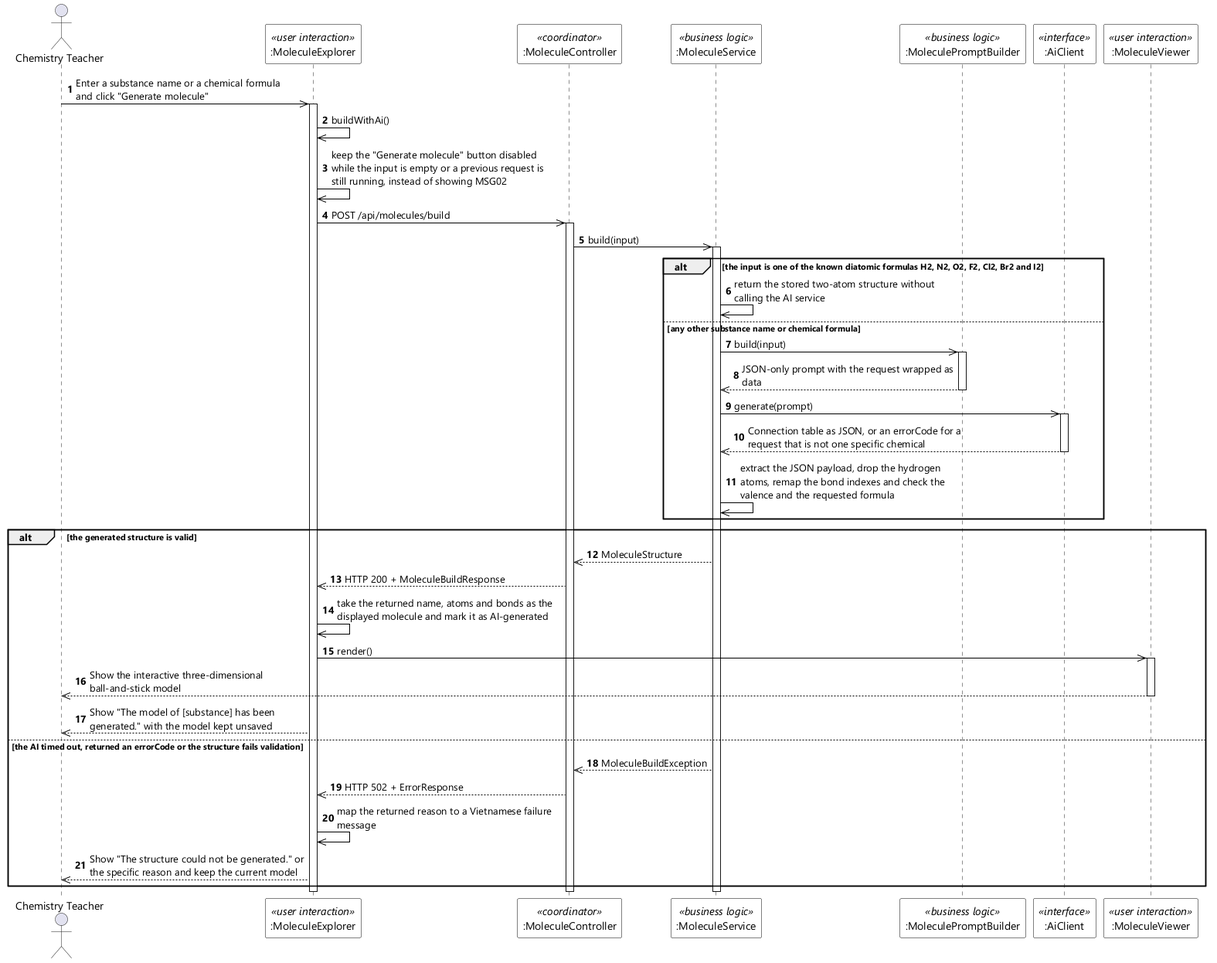
Above: designs/sds-diagrams/uc60/uc60-sequence-diagram-stereo.png in EduA-system/EduA-system (PlantUML), before the change.
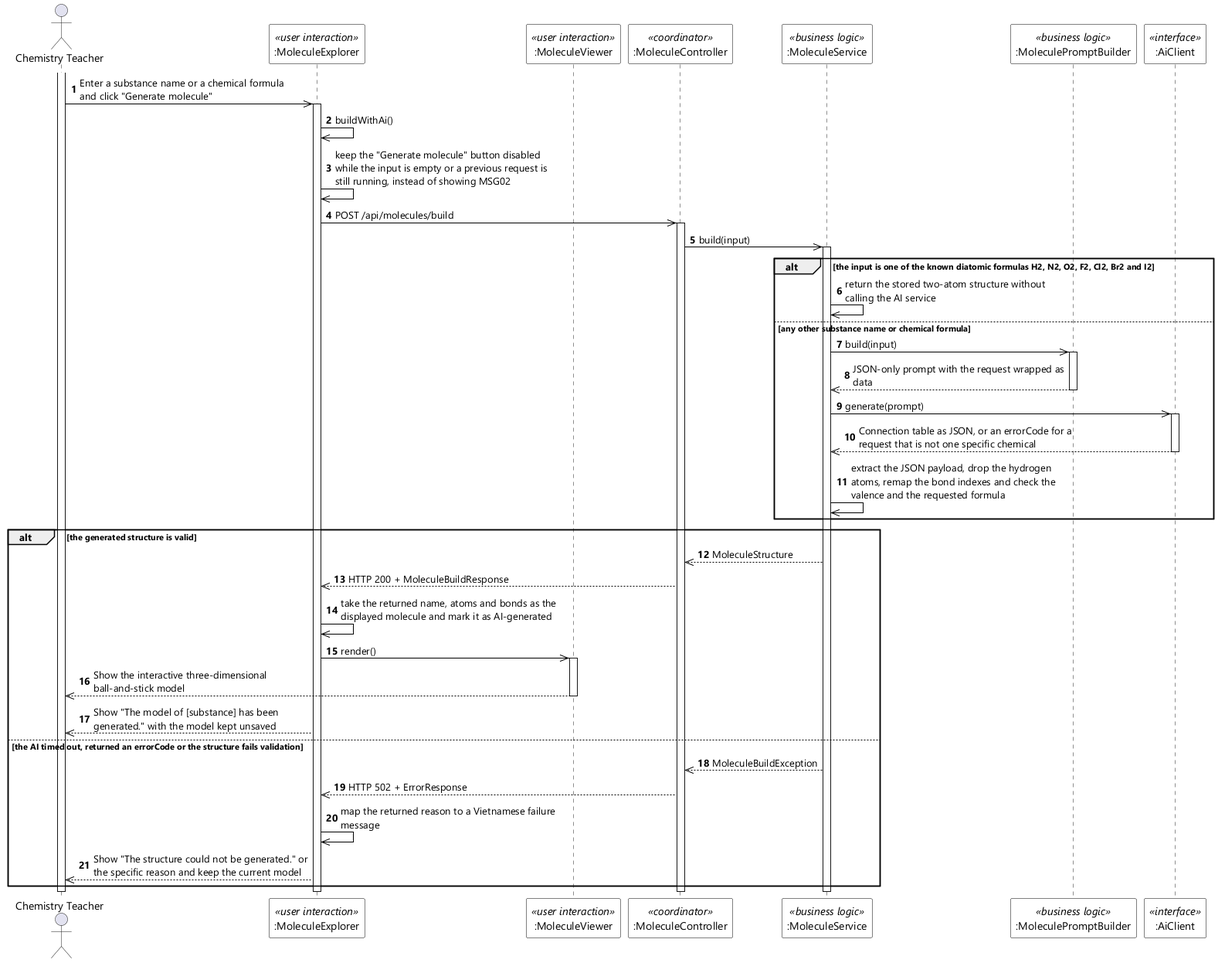
The same file after the commit.

What changed in the source:
```diff
@@ -10,13 +10,14 @@
 
 actor "Chemistry Teacher" as Teacher
 participant ":MoleculeExplorer" as EXP <<user interaction>>
+participant ":MoleculeViewer" as VIEW <<user interaction>>
 participant ":MoleculeController" as CTL <<coordinator>>
 participant ":MoleculeService" as SVC <<business logic>>
 participant ":MoleculePromptBuilder" as PB <<business logic>>
 participant ":AiClient" as AI <<interface>>
-participant ":MoleculeViewer" as VIEW <<user interaction>>
 
 autonumber
+activate Teacher
 Teacher ->> EXP : Enter a substance name or a chemical formula and click "Generate molecule"
 activate EXP
 EXP ->> EXP : buildWithAi()
@@ -58,4 +59,5 @@
 deactivate SVC
 deactivate CTL
 deactivate EXP
+deactivate Teacher
 @enduml
```
